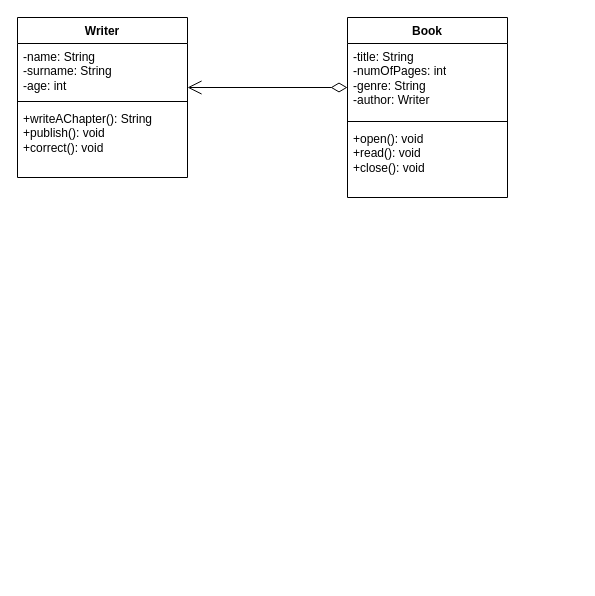
Earlier version of the draw.io diagram 08-AggregationAndComposition/writer_book.drawio (DominikaWiewiora/cp3). Source tidied: cells renumbered, new cells numbered last; positions are measured from the earlier drawing's top-left corner, leaving out a move shared by most shapes. Both pictures are drawn from the tidied source at 100%, with x=0, y=0 at pixel (17, 17).
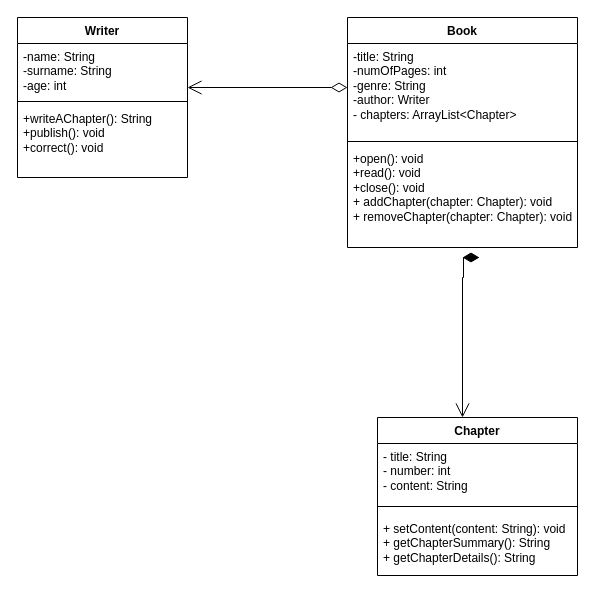
Above is the later version.

What changed in the source:
```diff
@@
 <mxGraphModel>
   <root>
     <mxCell id="0" />
     <mxCell id="1" parent="0" />
     <mxCell id="2" value="Writer" style="swimlane;fontStyle=1;align=center;verticalAlign=top;horizontal=1;startSize=26;whiteSpace=wrap;html=1;" parent="1" vertex="1">
       <mxGeometry width="170" height="160" as="geometry" />
     </mxCell>
     <mxCell id="3" value="-name: String&lt;div&gt;-surname: String&lt;/div&gt;&lt;div&gt;-age: int&lt;/div&gt;" style="text;strokeColor=none;fillColor=none;align=left;verticalAlign=top;spacingLeft=4;spacingRight=4;overflow=hidden;whiteSpace=wrap;html=1;" parent="2" vertex="1">
       <mxGeometry y="26" width="170" height="54" as="geometry" />
     </mxCell>
     <mxCell id="4" style="line;strokeWidth=1;fillColor=none;align=left;verticalAlign=middle;spacingTop=-1;spacingLeft=3;spacingRight=3;labelPosition=right;strokeColor=inherit;" parent="2" vertex="1">
       <mxGeometry y="80" width="170" height="8" as="geometry" />
     </mxCell>
     <mxCell id="5" value="+writeAChapter(): String&lt;div&gt;+publish(): void&lt;/div&gt;&lt;div&gt;+correct(): void&lt;br&gt;&lt;div&gt;&lt;br&gt;&lt;/div&gt;&lt;/div&gt;" style="text;strokeColor=none;fillColor=none;align=left;verticalAlign=top;spacingLeft=4;spacingRight=4;overflow=hidden;whiteSpace=wrap;html=1;" parent="2" vertex="1">
       <mxGeometry y="88" width="170" height="72" as="geometry" />
     </mxCell>
     <mxCell id="6" value="Book" style="swimlane;fontStyle=1;align=center;verticalAlign=top;horizontal=1;startSize=26;whiteSpace=wrap;html=1;" parent="1" vertex="1">
-      <mxGeometry x="330" width="160" height="180" as="geometry" />
+      <mxGeometry x="330" width="230" height="230" as="geometry" />
     </mxCell>
-    <mxCell id="7" value="-title: String&lt;div&gt;-numOfPages: int&lt;/div&gt;&lt;div&gt;-genre: String&lt;/div&gt;&lt;div&gt;-author: Writer&lt;br&gt;&lt;div&gt;&lt;br&gt;&lt;/div&gt;&lt;/div&gt;" style="text;strokeColor=none;fillColor=none;align=left;verticalAlign=top;spacingLeft=4;spacingRight=4;overflow=hidden;whiteSpace=wrap;html=1;" parent="6" vertex="1">
-      <mxGeometry y="26" width="160" height="74" as="geometry" />
+    <mxCell id="7" value="-title: String&lt;div&gt;-numOfPages: int&lt;/div&gt;&lt;div&gt;-genre: String&lt;/div&gt;&lt;div&gt;-author: Writer&lt;/div&gt;&lt;div&gt;- chapters: ArrayList&amp;lt;Chapter&amp;gt;&lt;br&gt;&lt;div&gt;&lt;br&gt;&lt;/div&gt;&lt;/div&gt;" style="text;strokeColor=none;fillColor=none;align=left;verticalAlign=top;spacingLeft=4;spacingRight=4;overflow=hidden;whiteSpace=wrap;html=1;" parent="6" vertex="1">
+      <mxGeometry y="26" width="230" height="94" as="geometry" />
     </mxCell>
     <mxCell id="8" style="line;strokeWidth=1;fillColor=none;align=left;verticalAlign=middle;spacingTop=-1;spacingLeft=3;spacingRight=3;labelPosition=right;strokeColor=inherit;" parent="6" vertex="1">
-      <mxGeometry y="100" width="160" height="8" as="geometry" />
+      <mxGeometry y="120" width="230" height="8" as="geometry" />
     </mxCell>
-    <mxCell id="9" value="+open(): void&lt;div&gt;+read(): void&lt;/div&gt;&lt;div&gt;+close(): void&lt;/div&gt;" style="text;strokeColor=none;fillColor=none;align=left;verticalAlign=top;spacingLeft=4;spacingRight=4;overflow=hidden;whiteSpace=wrap;html=1;" parent="6" vertex="1">
-      <mxGeometry y="108" width="160" height="72" as="geometry" />
+    <mxCell id="9" value="+open(): void&lt;div&gt;+read(): void&lt;/div&gt;&lt;div&gt;+close(): void&lt;/div&gt;&lt;div&gt;+ addChapter(chapter: Chapter): void&lt;/div&gt;&lt;div&gt;+ removeChapter(chapter: Chapter): void&lt;/div&gt;" style="text;strokeColor=none;fillColor=none;align=left;verticalAlign=top;spacingLeft=4;spacingRight=4;overflow=hidden;whiteSpace=wrap;html=1;" parent="6" vertex="1">
+      <mxGeometry y="128" width="230" height="102" as="geometry" />
     </mxCell>
     <mxCell id="10" style="endArrow=open;html=1;endSize=12;startArrow=diamondThin;startSize=14;startFill=0;edgeStyle=orthogonalEdgeStyle;align=left;verticalAlign=bottom;rounded=0;" parent="1" edge="1">
       <mxGeometry x="-1" y="3" relative="1" as="geometry">
         <mxPoint x="330" y="70" as="sourcePoint" />
         <mxPoint x="170" y="70" as="targetPoint" />
       </mxGeometry>
     </mxCell>
+    <mxCell id="11" value="Chapter" style="swimlane;fontStyle=1;align=center;verticalAlign=top;horizontal=1;startSize=26;whiteSpace=wrap;html=1;" parent="1" vertex="1">
+      <mxGeometry x="360" y="400" width="200" height="158" as="geometry" />
+    </mxCell>
+    <mxCell id="12" value="- title: String&lt;div&gt;- number: int&lt;/div&gt;&lt;div&gt;- content: String&lt;/div&gt;" style="text;strokeColor=none;fillColor=none;align=left;verticalAlign=top;spacingLeft=4;spacingRight=4;overflow=hidden;whiteSpace=wrap;html=1;" parent="11" vertex="1">
+      <mxGeometry y="26" width="200" height="54" as="geometry" />
+    </mxCell>
+    <mxCell id="13" style="line;strokeWidth=1;fillColor=none;align=left;verticalAlign=middle;spacingTop=-1;spacingLeft=3;spacingRight=3;labelPosition=right;strokeColor=inherit;" parent="11" vertex="1">
+      <mxGeometry y="80" width="200" height="18" as="geometry" />
+    </mxCell>
+    <mxCell id="14" value="+ setContent(content: String): void&lt;div&gt;+ getChapterSummary(): String&lt;/div&gt;&lt;div&gt;+ getChapterDetails(): String&lt;/div&gt;" style="text;strokeColor=none;fillColor=none;align=left;verticalAlign=top;spacingLeft=4;spacingRight=4;overflow=hidden;whiteSpace=wrap;html=1;" parent="11" vertex="1">
+      <mxGeometry y="98" width="200" height="60" as="geometry" />
+    </mxCell>
+    <mxCell id="15" style="endArrow=open;html=1;endSize=12;startArrow=diamondThin;startSize=14;startFill=1;edgeStyle=orthogonalEdgeStyle;align=left;verticalAlign=bottom;rounded=0;" parent="1" edge="1" target="11">
+      <mxGeometry x="-1" y="3" relative="1" as="geometry">
+        <mxPoint x="445" y="240" as="sourcePoint" />
+        <Array as="points">
+          <mxPoint x="446" y="260" />
+          <mxPoint x="445" y="260" />
+        </Array>
+      </mxGeometry>
+    </mxCell>
   </root>
 </mxGraphModel>
```
